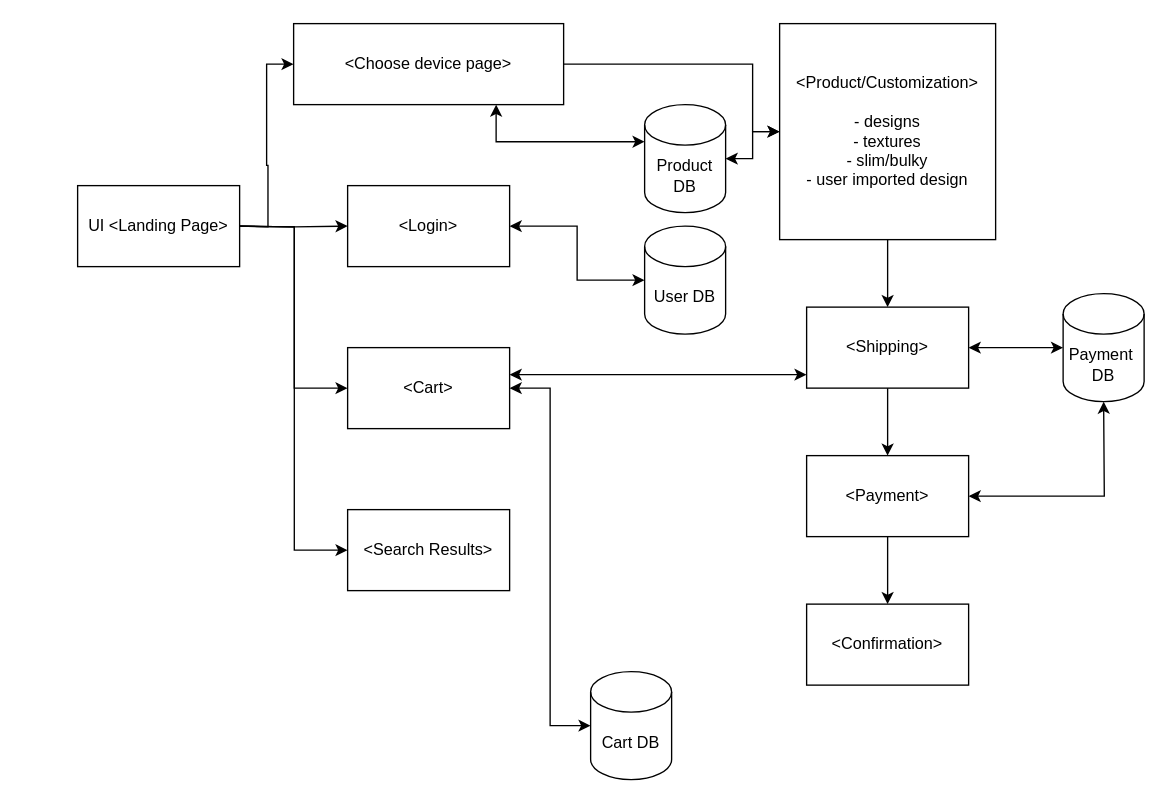
Earlier version of the draw.io diagram SWA Diagram.drawio (MDamiRight/decalProject250). Source tidied: cells renumbered, new cells numbered last; positions are measured from the earlier drawing's top-left corner, leaving out a move shared by most shapes. Both pictures are drawn from the tidied source at 135%, with x=0, y=0 at pixel (77, 23).
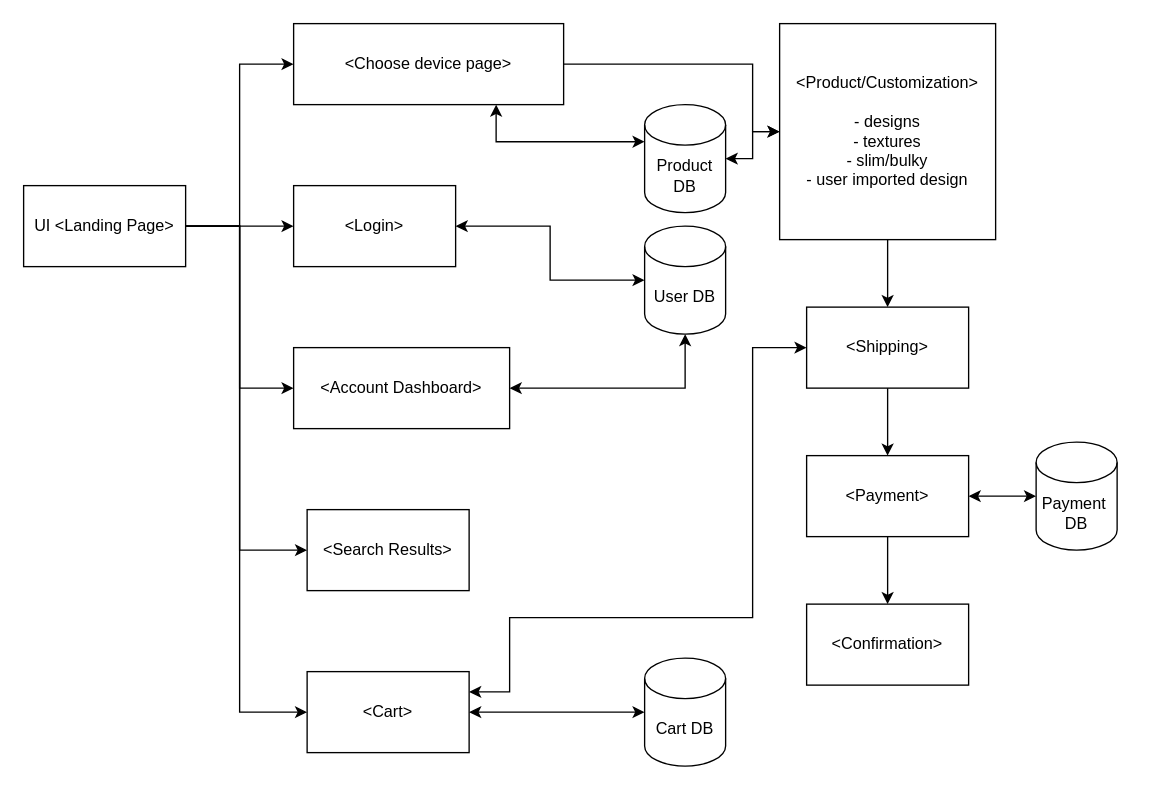
Above is the later version.

Commit message:
Change SWA Diagram

Added account dashboard page, removed unnecessary connection to Payment DB from Shipping, and moved labels around.

The change refers to these unchanged cells:
```xml
<mxCell id="8" value="&amp;lt;Choose device page&amp;gt;" style="rounded=0;whiteSpace=wrap;html=1;" parent="1" vertex="1">
  <mxGeometry x="160" width="200" height="60" as="geometry" />
</mxCell>
<mxCell id="15" value="User DB" style="shape=cylinder3;whiteSpace=wrap;html=1;boundedLbl=1;backgroundOutline=1;size=15;" parent="1" vertex="1">
  <mxGeometry x="420" y="150" width="60" height="80" as="geometry" />
</mxCell>
<mxCell id="21" value="&amp;lt;Shipping&amp;gt;" style="rounded=0;whiteSpace=wrap;html=1;" parent="1" vertex="1">
  <mxGeometry x="540" y="210" width="120" height="60" as="geometry" />
</mxCell>
<mxCell id="23" value="&amp;lt;Payment&amp;gt;" style="rounded=0;whiteSpace=wrap;html=1;" parent="1" vertex="1">
  <mxGeometry x="540" y="320" width="120" height="60" as="geometry" />
</mxCell>
```

Diff of the diagram source:
```diff
@@
-    <mxCell id="2" style="edgeStyle=orthogonalEdgeStyle;rounded=0;jettySize=auto;html=1;exitX=1;exitY=0.5;exitDx=0;exitDy=0;entryX=0;entryY=0.5;entryDx=0;entryDy=0;" parent="1" edge="1" target="8">
-      <mxGeometry relative="1" as="geometry">
-        <mxPoint x="120" y="150" as="sourcePoint" />
-      </mxGeometry>
-    </mxCell>
-    <mxCell id="3" style="edgeStyle=orthogonalEdgeStyle;rounded=0;jettySize=auto;html=1;exitX=1;exitY=0.5;exitDx=0;exitDy=0;entryX=0;entryY=0.5;entryDx=0;entryDy=0;" parent="1" edge="1" target="9">
-      <mxGeometry relative="1" as="geometry">
-        <mxPoint x="120" y="150" as="sourcePoint" />
-      </mxGeometry>
-    </mxCell>
-    <mxCell id="4" style="edgeStyle=orthogonalEdgeStyle;rounded=0;jettySize=auto;html=1;exitX=1;exitY=0.5;exitDx=0;exitDy=0;entryX=0;entryY=0.5;entryDx=0;entryDy=0;" parent="1" edge="1" target="10">
-      <mxGeometry relative="1" as="geometry">
-        <mxPoint x="120" y="150" as="sourcePoint" />
-      </mxGeometry>
-    </mxCell>
-    <mxCell id="5" style="edgeStyle=orthogonalEdgeStyle;rounded=0;jettySize=auto;html=1;exitX=1;exitY=0.5;exitDx=0;exitDy=0;entryX=0;entryY=0.5;entryDx=0;entryDy=0;" parent="1" edge="1" target="25">
-      <mxGeometry relative="1" as="geometry">
-        <mxPoint x="120" y="150" as="sourcePoint" />
-      </mxGeometry>
-    </mxCell>
+    <mxCell id="30" style="edgeStyle=orthogonalEdgeStyle;rounded=0;jettySize=auto;html=1;exitX=1;exitY=0.5;exitDx=0;exitDy=0;entryX=0;entryY=0.5;entryDx=0;entryDy=0;" parent="1" edge="1" source="6" target="8">
+      <mxGeometry relative="1" as="geometry" />
+    </mxCell>
+    <mxCell id="31" style="edgeStyle=orthogonalEdgeStyle;rounded=0;jettySize=auto;html=1;exitX=1;exitY=0.5;exitDx=0;exitDy=0;entryX=0;entryY=0.5;entryDx=0;entryDy=0;" parent="1" edge="1" source="6" target="9">
+      <mxGeometry relative="1" as="geometry" />
+    </mxCell>
+    <mxCell id="32" style="edgeStyle=orthogonalEdgeStyle;rounded=0;jettySize=auto;html=1;exitX=1;exitY=0.5;exitDx=0;exitDy=0;entryX=0;entryY=0.5;entryDx=0;entryDy=0;" parent="1" edge="1" source="6" target="25">
+      <mxGeometry relative="1" as="geometry">
+        <Array as="points">
+          <mxPoint x="120" y="150" />
+          <mxPoint x="120" y="390" />
+        </Array>
+      </mxGeometry>
+    </mxCell>
+    <mxCell id="33" style="edgeStyle=orthogonalEdgeStyle;rounded=0;jettySize=auto;html=1;exitX=1;exitY=0.5;exitDx=0;exitDy=0;entryX=0;entryY=0.5;entryDx=0;entryDy=0;" parent="1" edge="1" source="6" target="36">
+      <mxGeometry relative="1" as="geometry" />
+    </mxCell>
+    <mxCell id="34" style="edgeStyle=orthogonalEdgeStyle;rounded=0;jettySize=auto;html=1;exitX=1;exitY=0.5;exitDx=0;exitDy=0;entryX=0;entryY=0.5;entryDx=0;entryDy=0;" parent="1" edge="1" source="6" target="10">
+      <mxGeometry relative="1" as="geometry">
+        <Array as="points">
+          <mxPoint x="120" y="150" />
+          <mxPoint x="120" y="510" />
+        </Array>
+      </mxGeometry>
+    </mxCell>
     <mxCell id="6" value="UI &amp;lt;Landing Page&amp;gt;" style="rounded=0;whiteSpace=wrap;html=1;" parent="1" vertex="1">
-      <mxGeometry y="120" width="120" height="60" as="geometry" />
+      <mxGeometry x="-40" y="120" width="120" height="60" as="geometry" />
     </mxCell>
@@
     <mxCell id="9" value="&amp;lt;Login&amp;gt;" style="rounded=0;whiteSpace=wrap;html=1;" parent="1" vertex="1">
-      <mxGeometry x="200" y="120" width="120" height="60" as="geometry" />
+      <mxGeometry x="160" y="120" width="120" height="60" as="geometry" />
     </mxCell>
+    <mxCell id="35" style="edgeStyle=orthogonalEdgeStyle;rounded=0;jettySize=auto;html=1;exitX=1;exitY=0.25;exitDx=0;exitDy=0;entryX=0;entryY=0.5;entryDx=0;entryDy=0;startArrow=classic;startFill=1;" parent="1" edge="1" source="10" target="21">
+      <mxGeometry relative="1" as="geometry">
+        <Array as="points">
+          <mxPoint x="320" y="495" />
+          <mxPoint x="320" y="440" />
+          <mxPoint x="500" y="440" />
+          <mxPoint x="500" y="240" />
+        </Array>
+      </mxGeometry>
+    </mxCell>
     <mxCell id="10" value="&amp;lt;Cart&amp;gt;" style="rounded=0;whiteSpace=wrap;html=1;" parent="1" vertex="1">
-      <mxGeometry x="200" y="240" width="120" height="60" as="geometry" />
+      <mxGeometry x="170" y="480" width="120" height="60" as="geometry" />
     </mxCell>
@@
     <mxCell id="17" value="Cart DB" style="shape=cylinder3;whiteSpace=wrap;html=1;boundedLbl=1;backgroundOutline=1;size=15;" parent="1" vertex="1">
-      <mxGeometry x="380" y="480" width="60" height="80" as="geometry" />
+      <mxGeometry x="420" y="470" width="60" height="80" as="geometry" />
     </mxCell>
@@
     <mxCell id="25" value="&amp;lt;Search Results&amp;gt;" style="rounded=0;whiteSpace=wrap;html=1;" parent="1" vertex="1">
-      <mxGeometry x="200" y="360" width="120" height="60" as="geometry" />
+      <mxGeometry x="170" y="360" width="120" height="60" as="geometry" />
     </mxCell>
-    <mxCell id="26" style="edgeStyle=orthogonalEdgeStyle;rounded=0;jettySize=auto;html=1;exitX=1;exitY=0.5;exitDx=0;exitDy=0;entryX=0.5;entryY=1;entryDx=0;entryDy=0;entryPerimeter=0;startArrow=classic;startFill=1;" parent="1" edge="1" source="23">
-      <mxGeometry relative="1" as="geometry">
-        <mxPoint x="760" y="280" as="targetPoint" />
-      </mxGeometry>
-    </mxCell>
-    <mxCell id="27" style="edgeStyle=orthogonalEdgeStyle;rounded=0;jettySize=auto;html=1;exitX=1;exitY=0.5;exitDx=0;exitDy=0;entryX=0;entryY=0.5;entryDx=0;entryDy=0;entryPerimeter=0;startArrow=classic;startFill=1;" parent="1" edge="1" source="21">
-      <mxGeometry relative="1" as="geometry">
-        <mxPoint x="730" y="240" as="targetPoint" />
-      </mxGeometry>
-    </mxCell>
-    <mxCell id="28" style="endArrow=classic;startArrow=classic;html=1;rounded=0;" parent="1" edge="1">
-      <mxGeometry relative="1" as="geometry">
-        <mxPoint x="320" y="260" as="sourcePoint" />
-        <mxPoint x="540" y="260" as="targetPoint" />
-      </mxGeometry>
-    </mxCell>
+    <mxCell id="36" value="&amp;lt;Account Dashboard&amp;gt;" style="rounded=0;whiteSpace=wrap;html=1;" parent="1" vertex="1">
+      <mxGeometry x="160" y="240" width="160" height="60" as="geometry" />
+    </mxCell>
+    <mxCell id="37" style="edgeStyle=orthogonalEdgeStyle;rounded=0;jettySize=auto;html=1;exitX=1;exitY=0.5;exitDx=0;exitDy=0;entryX=0.5;entryY=1;entryDx=0;entryDy=0;entryPerimeter=0;startArrow=classic;startFill=1;" parent="1" edge="1" source="36" target="15">
+      <mxGeometry relative="1" as="geometry" />
+    </mxCell>
     <mxCell id="29" value="Payment&amp;nbsp;&lt;br&gt;DB" style="shape=cylinder3;whiteSpace=wrap;html=1;boundedLbl=1;backgroundOutline=1;size=15;" parent="1" vertex="1">
-      <mxGeometry x="730" y="200" width="60" height="80" as="geometry" />
+      <mxGeometry x="710" y="310" width="60" height="80" as="geometry" />
     </mxCell>
+    <mxCell id="38" style="edgeStyle=orthogonalEdgeStyle;rounded=0;jettySize=auto;html=1;exitX=1;exitY=0.5;exitDx=0;exitDy=0;entryX=0;entryY=0.5;entryDx=0;entryDy=0;entryPerimeter=0;startArrow=classic;startFill=1;" parent="1" edge="1" source="23" target="29">
+      <mxGeometry relative="1" as="geometry" />
+    </mxCell>
```
